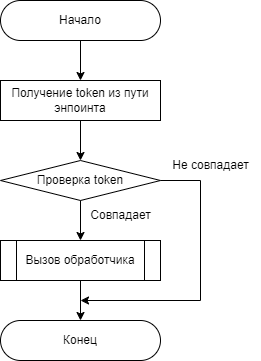
Earlier version of the draw.io export images/algorithm/server/algorithm-server-handle.drawio.png (necroin/vss-docs). Source tidied: cells renumbered, new cells last; positions are measured from the earlier drawing's top-left corner, leaving out a move shared by most shapes.
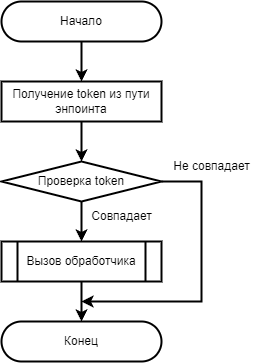
The same diagram one commit later.

The edit, as a diff of the source:
```diff
@@ -2,34 +2,34 @@
   <root>
     <mxCell id="0" />
     <mxCell id="1" parent="0" />
-    <mxCell id="2" value="Начало" style="rounded=1;whiteSpace=wrap;html=1;arcSize=50;" parent="1" vertex="1">
+    <mxCell id="2" value="Начало" style="rounded=1;whiteSpace=wrap;html=1;arcSize=50;strokeWidth=2;" parent="1" vertex="1">
       <mxGeometry width="160" height="40" as="geometry" />
     </mxCell>
-    <mxCell id="3" value="Конец" style="rounded=1;whiteSpace=wrap;html=1;arcSize=50;" parent="1" vertex="1">
+    <mxCell id="3" value="Конец" style="rounded=1;whiteSpace=wrap;html=1;arcSize=50;strokeWidth=2;" parent="1" vertex="1">
       <mxGeometry y="320" width="160" height="40" as="geometry" />
     </mxCell>
-    <mxCell id="4" value="Получение token из пути энпоинта" style="rounded=0;whiteSpace=wrap;html=1;" parent="1" vertex="1">
+    <mxCell id="4" value="Получение token из пути энпоинта" style="rounded=0;whiteSpace=wrap;html=1;strokeWidth=2;" parent="1" vertex="1">
       <mxGeometry y="80" width="160" height="40" as="geometry" />
     </mxCell>
-    <mxCell id="5" style="endArrow=classic;html=1;rounded=0;exitX=0.5;exitY=1;exitDx=0;exitDy=0;entryX=0.5;entryY=0;entryDx=0;entryDy=0;" parent="1" edge="1" source="2" target="4">
+    <mxCell id="5" style="endArrow=classic;html=1;rounded=0;exitX=0.5;exitY=1;exitDx=0;exitDy=0;entryX=0.5;entryY=0;entryDx=0;entryDy=0;strokeWidth=2;" parent="1" edge="1" source="2" target="4">
       <mxGeometry relative="1" as="geometry" />
     </mxCell>
-    <mxCell id="6" value="Проверка token" style="rhombus;whiteSpace=wrap;html=1;" parent="1" vertex="1">
+    <mxCell id="6" value="Проверка token" style="rhombus;whiteSpace=wrap;html=1;strokeWidth=2;" parent="1" vertex="1">
       <mxGeometry y="160" width="160" height="40" as="geometry" />
     </mxCell>
-    <mxCell id="7" style="endArrow=classic;html=1;rounded=0;exitX=0.5;exitY=1;exitDx=0;exitDy=0;entryX=0.5;entryY=0;entryDx=0;entryDy=0;" parent="1" edge="1" source="6" target="8">
+    <mxCell id="7" style="endArrow=classic;html=1;rounded=0;exitX=0.5;exitY=1;exitDx=0;exitDy=0;entryX=0.5;entryY=0;entryDx=0;entryDy=0;strokeWidth=2;" parent="1" edge="1" source="6" target="8">
       <mxGeometry relative="1" as="geometry" />
     </mxCell>
-    <mxCell id="8" value="Вызов обработчика" style="shape=process;whiteSpace=wrap;html=1;backgroundOutline=1;" parent="1" vertex="1">
+    <mxCell id="8" value="Вызов обработчика" style="shape=process;whiteSpace=wrap;html=1;backgroundOutline=1;strokeWidth=2;" parent="1" vertex="1">
       <mxGeometry y="240" width="160" height="40" as="geometry" />
     </mxCell>
-    <mxCell id="9" style="endArrow=classic;html=1;rounded=0;exitX=0.5;exitY=1;exitDx=0;exitDy=0;entryX=0.5;entryY=0;entryDx=0;entryDy=0;" parent="1" edge="1" source="4" target="6">
+    <mxCell id="9" style="endArrow=classic;html=1;rounded=0;exitX=0.5;exitY=1;exitDx=0;exitDy=0;entryX=0.5;entryY=0;entryDx=0;entryDy=0;strokeWidth=2;" parent="1" edge="1" source="4" target="6">
       <mxGeometry relative="1" as="geometry" />
     </mxCell>
-    <mxCell id="10" style="endArrow=classic;html=1;rounded=0;exitX=0.5;exitY=1;exitDx=0;exitDy=0;entryX=0.5;entryY=0;entryDx=0;entryDy=0;" parent="1" edge="1" source="8" target="3">
+    <mxCell id="10" style="endArrow=classic;html=1;rounded=0;exitX=0.5;exitY=1;exitDx=0;exitDy=0;entryX=0.5;entryY=0;entryDx=0;entryDy=0;strokeWidth=2;" parent="1" edge="1" source="8" target="3">
       <mxGeometry relative="1" as="geometry" />
     </mxCell>
-    <mxCell id="11" style="endArrow=classic;html=1;rounded=0;exitX=1;exitY=0.5;exitDx=0;exitDy=0;edgeStyle=orthogonalEdgeStyle;" parent="1" edge="1" source="6">
+    <mxCell id="11" style="endArrow=classic;html=1;rounded=0;exitX=1;exitY=0.5;exitDx=0;exitDy=0;edgeStyle=orthogonalEdgeStyle;strokeWidth=2;" parent="1" edge="1" source="6">
       <mxGeometry relative="1" as="geometry">
         <mxPoint x="80" y="300" as="targetPoint" />
         <Array as="points">
@@ -38,10 +38,10 @@
         </Array>
       </mxGeometry>
     </mxCell>
-    <mxCell id="12" value="Совпадает" style="text;html=1;align=center;verticalAlign=middle;strokeColor=none;fillColor=none;" parent="1" vertex="1">
+    <mxCell id="12" value="Совпадает" style="text;html=1;align=center;verticalAlign=middle;strokeColor=none;fillColor=none;strokeWidth=2;" parent="1" vertex="1">
       <mxGeometry x="80" y="200" width="80" height="30" as="geometry" />
     </mxCell>
-    <mxCell id="13" value="Не совпадает" style="text;html=1;align=center;verticalAlign=middle;strokeColor=none;fillColor=none;" parent="1" vertex="1">
+    <mxCell id="13" value="Не совпадает" style="text;html=1;align=center;verticalAlign=middle;strokeColor=none;fillColor=none;strokeWidth=2;" parent="1" vertex="1">
       <mxGeometry x="160" y="150" width="100" height="30" as="geometry" />
     </mxCell>
   </root>
```
